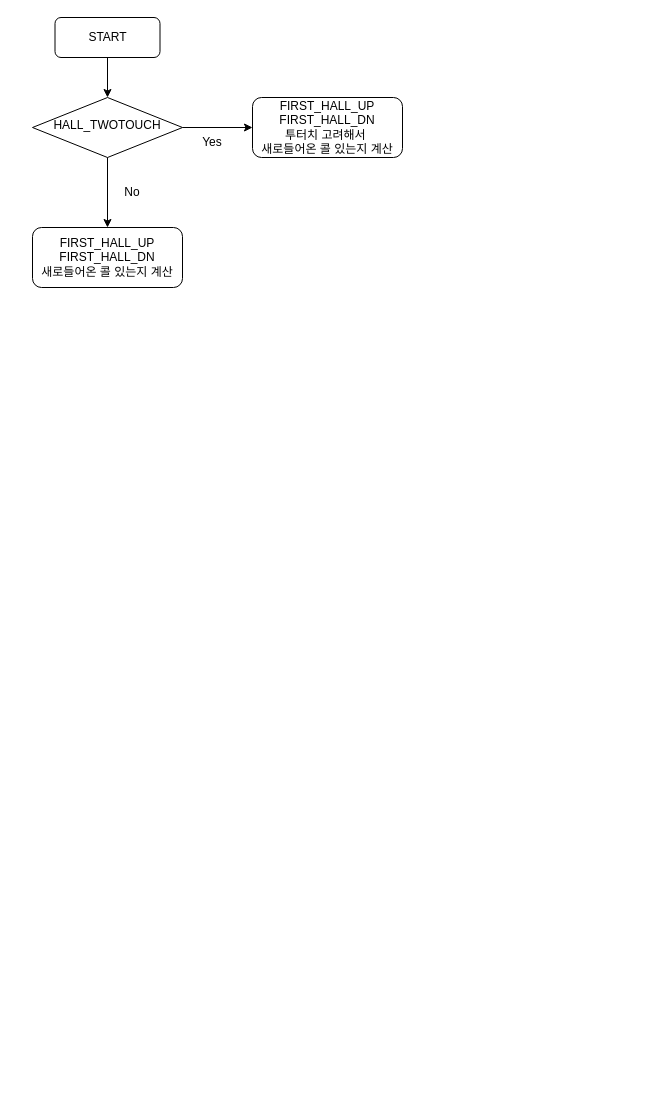
Above: 제목 없는 다이어그램.drawio in joyspark/test (draw.io), before the change. Source tidied: cells renumbered, new cells numbered last; positions are measured from the earlier drawing's top-left corner, leaving out a move shared by most shapes. Both pictures are drawn from the tidied source at 100%, with x=0, y=0 at pixel (32, 17).
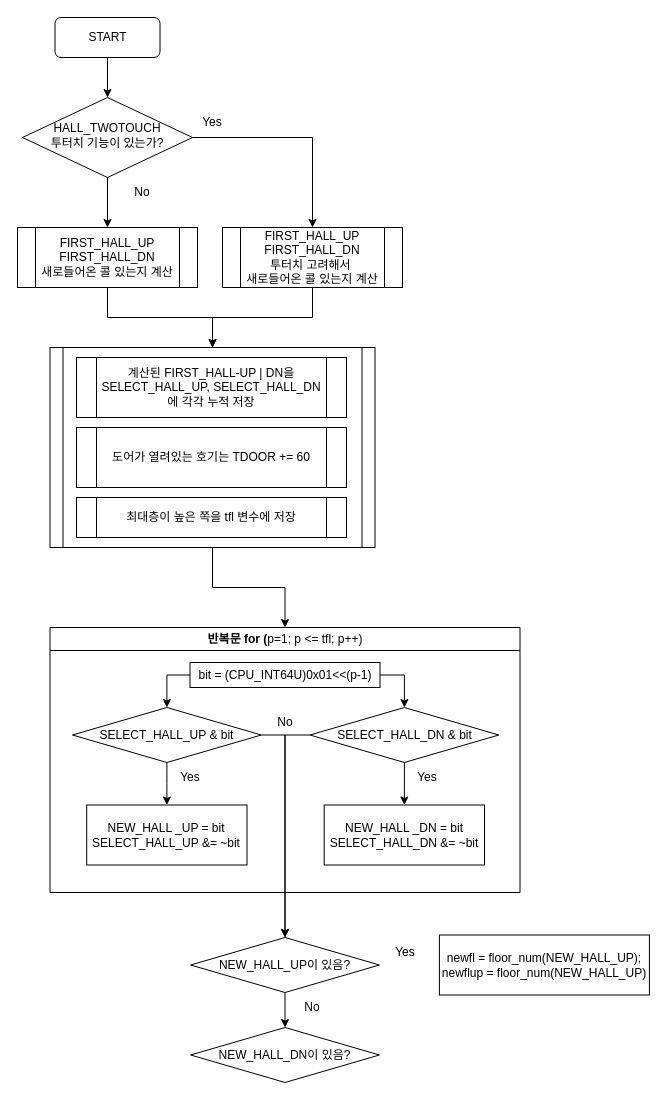
The same diagram, later.

Commit message:
제목 없는 다이어그램.drawio 업데이트

What changed in the source:
```diff
@@
+    <mxCell id="6" style="edgeStyle=orthogonalEdgeStyle;rounded=0;jettySize=auto;html=1;exitX=1;exitY=0.5;exitDx=0;exitDy=0;entryX=0.5;entryY=0;entryDx=0;entryDy=0;" parent="1" edge="1" source="2" target="3">
+      <mxGeometry relative="1" as="geometry" />
+    </mxCell>
-    <mxCell id="2" value="HALL_TWOTOUCH" style="rhombus;whiteSpace=wrap;html=1;shadow=0;fontFamily=Helvetica;fontSize=12;align=center;strokeWidth=1;spacing=6;spacingTop=-4;" parent="1" vertex="1">
-      <mxGeometry y="80" width="150" height="60" as="geometry" />
+    <mxCell id="2" value="HALL_TWOTOUCH&lt;div&gt;투터치 기능이 있는가?&lt;/div&gt;" style="rhombus;whiteSpace=wrap;html=1;shadow=0;fontFamily=Helvetica;fontSize=12;align=center;strokeWidth=1;spacing=6;spacingTop=-4;" parent="1" vertex="1">
+      <mxGeometry x="-10" y="80" width="170" height="80" as="geometry" />
     </mxCell>
+    <mxCell id="11" style="edgeStyle=orthogonalEdgeStyle;rounded=0;jettySize=auto;html=1;exitX=0.5;exitY=1;exitDx=0;exitDy=0;entryX=0.5;entryY=0;entryDx=0;entryDy=0;" parent="1" edge="1" source="3" target="14">
+      <mxGeometry relative="1" as="geometry" />
+    </mxCell>
-    <mxCell id="3" value="FIRST_HALL_UP&lt;div&gt;FIRST_HALL_DN&lt;/div&gt;&lt;div&gt;투터치 고려해서&amp;nbsp;&lt;/div&gt;&lt;div&gt;새로들어온 콜 있는지 계산&lt;/div&gt;" style="rounded=1;whiteSpace=wrap;html=1;fontSize=12;glass=0;strokeWidth=1;shadow=0;" parent="1" vertex="1">
-      <mxGeometry x="220" y="80" width="150" height="60" as="geometry" />
+    <mxCell id="3" value="FIRST_HALL_UP&lt;div&gt;FIRST_HALL_DN&lt;/div&gt;&lt;div&gt;투터치 고려해서&amp;nbsp;&lt;/div&gt;&lt;div&gt;새로들어온 콜 있는지 계산&lt;/div&gt;" style="shape=process;whiteSpace=wrap;html=1;fontSize=12;glass=0;strokeWidth=1;shadow=0;" parent="1" vertex="1">
+      <mxGeometry x="190" y="210" width="180" height="60" as="geometry" />
     </mxCell>
@@
-    <mxCell id="6" style="endArrow=classic;html=1;rounded=0;exitX=1;exitY=0.5;exitDx=0;exitDy=0;entryX=0;entryY=0.5;entryDx=0;entryDy=0;" parent="1" edge="1" source="2" target="3">
-      <mxGeometry relative="1" as="geometry" />
-    </mxCell>
@@
+    <mxCell id="12" style="edgeStyle=orthogonalEdgeStyle;rounded=0;jettySize=auto;html=1;exitX=0.5;exitY=1;exitDx=0;exitDy=0;" parent="1" edge="1" source="8" target="14">
+      <mxGeometry relative="1" as="geometry" />
+    </mxCell>
-    <mxCell id="8" value="FIRST_HALL_UP&lt;div&gt;FIRST_HALL_DN&lt;/div&gt;&lt;div&gt;새로들어온 콜 있는지 계산&lt;/div&gt;" style="rounded=1;whiteSpace=wrap;html=1;fontSize=12;glass=0;strokeWidth=1;shadow=0;" parent="1" vertex="1">
-      <mxGeometry y="210" width="150" height="60" as="geometry" />
+    <mxCell id="8" value="FIRST_HALL_UP&lt;div&gt;FIRST_HALL_DN&lt;/div&gt;&lt;div&gt;새로들어온 콜 있는지 계산&lt;/div&gt;" style="shape=process;whiteSpace=wrap;html=1;fontSize=12;glass=0;strokeWidth=1;shadow=0;" parent="1" vertex="1">
+      <mxGeometry x="-15" y="210" width="180" height="60" as="geometry" />
     </mxCell>
     <mxCell id="9" value="Yes" style="text;html=1;align=center;verticalAlign=middle;whiteSpace=wrap;rounded=0;" parent="1" vertex="1">
-      <mxGeometry x="150" y="110" width="60" height="30" as="geometry" />
+      <mxGeometry x="150" y="90" width="60" height="30" as="geometry" />
     </mxCell>
     <mxCell id="10" value="&lt;div style=&quot;text-align: center;&quot;&gt;&lt;span style=&quot;text-align: start; background-color: initial;&quot;&gt;No&lt;/span&gt;&lt;/div&gt;" style="text;html=1;align=center;verticalAlign=middle;whiteSpace=wrap;rounded=0;" parent="1" vertex="1">
-      <mxGeometry x="70" y="160" width="60" height="30" as="geometry" />
+      <mxGeometry x="80" y="160" width="60" height="30" as="geometry" />
     </mxCell>
+    <mxCell id="13" style="edgeStyle=orthogonalEdgeStyle;rounded=0;jettySize=auto;html=1;exitX=0.5;exitY=1;exitDx=0;exitDy=0;entryX=0.5;entryY=0;entryDx=0;entryDy=0;" parent="1" edge="1" source="14" target="18">
+      <mxGeometry relative="1" as="geometry" />
+    </mxCell>
+    <mxCell id="14" value="&lt;div&gt;&lt;br&gt;&lt;/div&gt;" style="shape=process;whiteSpace=wrap;html=1;backgroundOutline=1;size=0.038461538461538464;" parent="1" vertex="1">
+      <mxGeometry x="17.5" y="330" width="325" height="200" as="geometry" />
+    </mxCell>
+    <mxCell id="15" value="계산된 FIRST_HALL-UP | DN을SELECT_HALL_UP,&amp;nbsp;&lt;span style=&quot;background-color: initial;&quot;&gt;SELECT_HALL_DN&lt;/span&gt;&lt;div&gt;에 각각 누적 저장&lt;/div&gt;" style="shape=process;whiteSpace=wrap;html=1;backgroundOutline=1;size=0.07407407407407407;" parent="1" vertex="1">
+      <mxGeometry x="44" y="340" width="270" height="60" as="geometry" />
+    </mxCell>
+    <mxCell id="16" value="도어가 열려있는 호기는 TDOOR += 60" style="shape=process;whiteSpace=wrap;html=1;backgroundOutline=1;size=0.07407407407407407;" parent="1" vertex="1">
+      <mxGeometry x="44" y="410" width="270" height="60" as="geometry" />
+    </mxCell>
+    <mxCell id="17" value="최대층이 높은 쪽을 tfl 변수에 저장" style="shape=process;whiteSpace=wrap;html=1;backgroundOutline=1;size=0.07407407407407407;" parent="1" vertex="1">
+      <mxGeometry x="44" y="480" width="270" height="40" as="geometry" />
+    </mxCell>
+    <mxCell id="18" value="반복문 for (&lt;span style=&quot;font-weight: 400;&quot;&gt;p=1; p &amp;lt;= tfl; p++)&lt;/span&gt;" style="swimlane;whiteSpace=wrap;html=1;" parent="1" vertex="1">
+      <mxGeometry x="17.5" y="610" width="470" height="265" as="geometry" />
+    </mxCell>
+    <mxCell id="19" style="edgeStyle=orthogonalEdgeStyle;rounded=0;jettySize=auto;html=1;exitX=1;exitY=0.5;exitDx=0;exitDy=0;entryX=0.5;entryY=0;entryDx=0;entryDy=0;" parent="18" edge="1" source="21" target="25">
+      <mxGeometry relative="1" as="geometry" />
+    </mxCell>
+    <mxCell id="20" style="edgeStyle=orthogonalEdgeStyle;rounded=0;jettySize=auto;html=1;exitX=0;exitY=0.5;exitDx=0;exitDy=0;entryX=0.5;entryY=0;entryDx=0;entryDy=0;" parent="18" edge="1" source="21" target="23">
+      <mxGeometry relative="1" as="geometry" />
+    </mxCell>
+    <mxCell id="21" value="bit = (CPU_INT64U)0x01&amp;lt;&amp;lt;(p-1)" style="rounded=0;whiteSpace=wrap;html=1;" parent="18" vertex="1">
+      <mxGeometry x="140" y="35" width="190" height="25" as="geometry" />
+    </mxCell>
+    <mxCell id="22" style="edgeStyle=orthogonalEdgeStyle;rounded=0;jettySize=auto;html=1;" parent="18" edge="1" source="23" target="26">
+      <mxGeometry relative="1" as="geometry" />
+    </mxCell>
+    <mxCell id="23" value="SELECT_HALL_UP &amp;amp; bit" style="rhombus;whiteSpace=wrap;html=1;" parent="18" vertex="1">
+      <mxGeometry x="22.5" y="80" width="188.8" height="55" as="geometry" />
+    </mxCell>
+    <mxCell id="24" style="edgeStyle=orthogonalEdgeStyle;rounded=0;jettySize=auto;html=1;exitX=0.5;exitY=1;exitDx=0;exitDy=0;entryX=0.5;entryY=0;entryDx=0;entryDy=0;" parent="18" edge="1" source="25" target="27">
+      <mxGeometry relative="1" as="geometry" />
+    </mxCell>
+    <mxCell id="25" value="SELECT_HALL_DN &amp;amp; bit" style="rhombus;whiteSpace=wrap;html=1;" parent="18" vertex="1">
+      <mxGeometry x="260" y="80" width="188.8" height="55" as="geometry" />
+    </mxCell>
+    <mxCell id="26" value="NEW_HALL _UP = bit&lt;div&gt;SELECT_HALL_UP &amp;amp;= ~bit&lt;/div&gt;" style="whiteSpace=wrap;html=1;" parent="18" vertex="1">
+      <mxGeometry x="36.7" y="177.5" width="160.3" height="60" as="geometry" />
+    </mxCell>
+    <mxCell id="27" value="NEW_HALL _DN = bit&lt;div&gt;SELECT_HALL_DN &amp;amp;= ~bit&lt;/div&gt;" style="whiteSpace=wrap;html=1;" parent="18" vertex="1">
+      <mxGeometry x="274.2" y="177.5" width="160.3" height="60" as="geometry" />
+    </mxCell>
+    <mxCell id="28" value="Yes" style="text;html=1;align=center;verticalAlign=middle;whiteSpace=wrap;rounded=0;" parent="18" vertex="1">
+      <mxGeometry x="110" y="135" width="60" height="30" as="geometry" />
+    </mxCell>
+    <mxCell id="29" value="Yes" style="text;html=1;align=center;verticalAlign=middle;whiteSpace=wrap;rounded=0;" parent="18" vertex="1">
+      <mxGeometry x="347" y="135" width="60" height="30" as="geometry" />
+    </mxCell>
+    <mxCell id="30" value="&lt;div style=&quot;text-align: center;&quot;&gt;&lt;span style=&quot;text-align: start; background-color: initial;&quot;&gt;No&lt;/span&gt;&lt;/div&gt;" style="text;html=1;align=center;verticalAlign=middle;whiteSpace=wrap;rounded=0;" parent="18" vertex="1">
+      <mxGeometry x="205" y="80" width="60" height="30" as="geometry" />
+    </mxCell>
+    <mxCell id="31" style="edgeStyle=orthogonalEdgeStyle;rounded=0;jettySize=auto;html=1;exitX=0.5;exitY=1;exitDx=0;exitDy=0;entryX=0.5;entryY=0;entryDx=0;entryDy=0;" parent="1" edge="1" source="32" target="35">
+      <mxGeometry relative="1" as="geometry" />
+    </mxCell>
+    <mxCell id="32" value="NEW_HALL_UP이 있음?" style="rhombus;whiteSpace=wrap;html=1;" parent="1" vertex="1">
+      <mxGeometry x="158.1" y="920" width="188.8" height="55" as="geometry" />
+    </mxCell>
+    <mxCell id="33" style="edgeStyle=orthogonalEdgeStyle;rounded=0;jettySize=auto;html=1;exitX=1;exitY=0.5;exitDx=0;exitDy=0;" parent="1" edge="1" source="23" target="32">
+      <mxGeometry relative="1" as="geometry" />
+    </mxCell>
+    <mxCell id="34" style="edgeStyle=orthogonalEdgeStyle;rounded=0;jettySize=auto;html=1;exitX=0;exitY=0.5;exitDx=0;exitDy=0;entryX=0.5;entryY=0;entryDx=0;entryDy=0;" parent="1" edge="1" source="25" target="32">
+      <mxGeometry relative="1" as="geometry" />
+    </mxCell>
+    <mxCell id="35" value="NEW_HALL_DN이 있음?" style="rhombus;whiteSpace=wrap;html=1;" parent="1" vertex="1">
+      <mxGeometry x="158.1" y="1010" width="188.8" height="55" as="geometry" />
+    </mxCell>
+    <mxCell id="36" value="&lt;div style=&quot;text-align: center;&quot;&gt;&lt;span style=&quot;text-align: start; background-color: initial;&quot;&gt;No&lt;/span&gt;&lt;/div&gt;" style="text;html=1;align=center;verticalAlign=middle;whiteSpace=wrap;rounded=0;" parent="1" vertex="1">
+      <mxGeometry x="250" y="975" width="60" height="30" as="geometry" />
+    </mxCell>
+    <mxCell id="37" value="Yes" style="text;html=1;align=center;verticalAlign=middle;whiteSpace=wrap;rounded=0;" parent="1" vertex="1">
+      <mxGeometry x="342.5" y="920" width="60" height="30" as="geometry" />
+    </mxCell>
+    <mxCell id="38" value="newfl = floor_num(NEW_HALL_UP); newflup = floor_num(NEW_HALL_UP)" style="whiteSpace=wrap;html=1;" parent="1" vertex="1">
+      <mxGeometry x="406.9" y="917.5" width="210" height="60" as="geometry" />
+    </mxCell>
```
